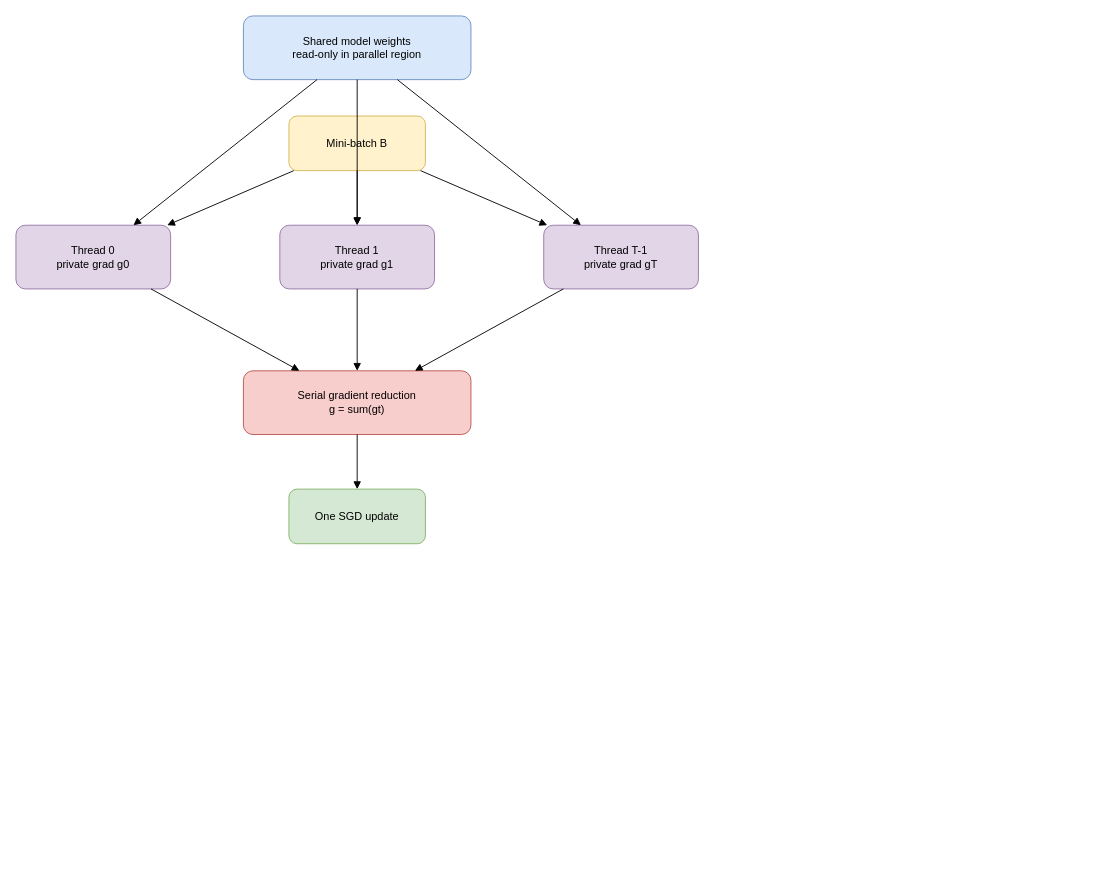
This is page "OpenMP" (3 of 7) of docs/diagrams/hpc_workflows.drawio from munsif-dev/hpc-project, a draw.io file, before an edit. Source tidied: cells renumbered, new cells numbered last; positions are measured from the earlier drawing's top-left corner, leaving out a move shared by most shapes. Both pictures are drawn from the tidied source at 91%, with x=0, y=0 at pixel (15, 15).
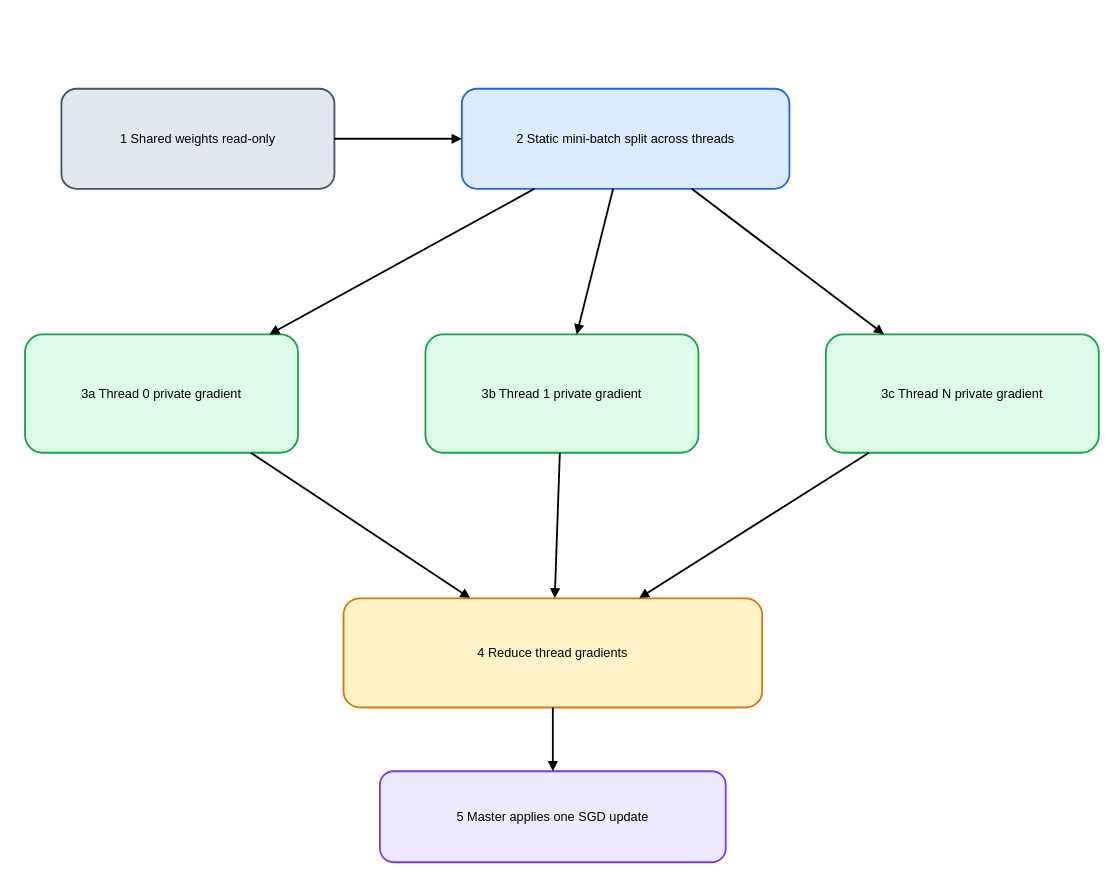
The same page after the edit.

Change to the diagram source:
```diff
@@
 <mxGraphModel>
   <root>
     <mxCell id="0" />
     <mxCell id="1" parent="0" />
-    <mxCell id="2" value="Shared model weights&lt;br&gt;read-only in parallel region" style="rounded=1;whiteSpace=wrap;html=1;fillColor=#dae8fc;strokeColor=#6c8ebf;" parent="1" vertex="1">
-      <mxGeometry x="250" width="250" height="70" as="geometry" />
-    </mxCell>
-    <mxCell id="3" value="Mini-batch B" style="rounded=1;whiteSpace=wrap;html=1;fillColor=#fff2cc;strokeColor=#d6b656;" parent="1" vertex="1">
-      <mxGeometry x="300" y="110" width="150" height="60" as="geometry" />
-    </mxCell>
-    <mxCell id="4" value="Thread 0&lt;br&gt;private grad g0" style="rounded=1;whiteSpace=wrap;html=1;fillColor=#e1d5e7;strokeColor=#9673a6;" parent="1" vertex="1">
-      <mxGeometry y="230" width="170" height="70" as="geometry" />
-    </mxCell>
-    <mxCell id="5" value="Thread 1&lt;br&gt;private grad g1" style="rounded=1;whiteSpace=wrap;html=1;fillColor=#e1d5e7;strokeColor=#9673a6;" parent="1" vertex="1">
-      <mxGeometry x="290" y="230" width="170" height="70" as="geometry" />
-    </mxCell>
-    <mxCell id="6" value="Thread T-1&lt;br&gt;private grad gT" style="rounded=1;whiteSpace=wrap;html=1;fillColor=#e1d5e7;strokeColor=#9673a6;" parent="1" vertex="1">
-      <mxGeometry x="580" y="230" width="170" height="70" as="geometry" />
-    </mxCell>
-    <mxCell id="7" value="Serial gradient reduction&lt;br&gt;g = sum(gt)" style="rounded=1;whiteSpace=wrap;html=1;fillColor=#f8cecc;strokeColor=#b85450;" parent="1" vertex="1">
-      <mxGeometry x="250" y="390" width="250" height="70" as="geometry" />
-    </mxCell>
-    <mxCell id="8" value="One SGD update" style="rounded=1;whiteSpace=wrap;html=1;fillColor=#d5e8d4;strokeColor=#82b366;" parent="1" vertex="1">
-      <mxGeometry x="300" y="520" width="150" height="60" as="geometry" />
-    </mxCell>
-    <mxCell id="9" style="endArrow=block;html=1;rounded=0;" parent="1" edge="1" source="2" target="4">
-      <mxGeometry relative="1" as="geometry" />
-    </mxCell>
-    <mxCell id="10" style="endArrow=block;html=1;rounded=0;" parent="1" edge="1" source="2" target="5">
-      <mxGeometry relative="1" as="geometry" />
-    </mxCell>
-    <mxCell id="11" style="endArrow=block;html=1;rounded=0;" parent="1" edge="1" source="2" target="6">
-      <mxGeometry relative="1" as="geometry" />
-    </mxCell>
-    <mxCell id="12" style="endArrow=block;html=1;rounded=0;" parent="1" edge="1" source="3" target="4">
-      <mxGeometry relative="1" as="geometry" />
-    </mxCell>
-    <mxCell id="13" style="endArrow=block;html=1;rounded=0;" parent="1" edge="1" source="3" target="5">
-      <mxGeometry relative="1" as="geometry" />
-    </mxCell>
-    <mxCell id="14" style="endArrow=block;html=1;rounded=0;" parent="1" edge="1" source="3" target="6">
-      <mxGeometry relative="1" as="geometry" />
-    </mxCell>
-    <mxCell id="15" style="endArrow=block;html=1;rounded=0;" parent="1" edge="1" source="4" target="7">
-      <mxGeometry relative="1" as="geometry" />
-    </mxCell>
-    <mxCell id="16" style="endArrow=block;html=1;rounded=0;" parent="1" edge="1" source="5" target="7">
-      <mxGeometry relative="1" as="geometry" />
-    </mxCell>
-    <mxCell id="17" style="endArrow=block;html=1;rounded=0;" parent="1" edge="1" source="6" target="7">
-      <mxGeometry relative="1" as="geometry" />
-    </mxCell>
-    <mxCell id="18" style="endArrow=block;html=1;rounded=0;" parent="1" edge="1" source="7" target="8">
-      <mxGeometry relative="1" as="geometry" />
-    </mxCell>
+    <mxCell id="19" value="1 Shared weights read-only" style="rounded=1;whiteSpace=wrap;html=1;fontSize=14;strokeWidth=2;fillColor=#e2e8f0;strokeColor=#475569;" parent="1" vertex="1">
+      <mxGeometry x="50" y="80" width="300" height="110" as="geometry" />
+    </mxCell>
+    <mxCell id="20" value="2 Static mini-batch split across threads" style="rounded=1;whiteSpace=wrap;html=1;fontSize=14;strokeWidth=2;fillColor=#dbeafe;strokeColor=#2563eb;" parent="1" vertex="1">
+      <mxGeometry x="490" y="80" width="360" height="110" as="geometry" />
+    </mxCell>
+    <mxCell id="21" style="endArrow=block;html=1;rounded=0;fontSize=14;strokeWidth=2;" parent="1" edge="1" source="19" target="20">
+      <mxGeometry relative="1" as="geometry" />
+    </mxCell>
+    <mxCell id="22" value="3a Thread 0 private gradient" style="rounded=1;whiteSpace=wrap;html=1;fontSize=14;strokeWidth=2;fillColor=#dcfce7;strokeColor=#16a34a;" parent="1" vertex="1">
+      <mxGeometry x="10" y="350" width="300" height="130" as="geometry" />
+    </mxCell>
+    <mxCell id="23" style="endArrow=block;html=1;rounded=0;fontSize=14;strokeWidth=2;" parent="1" edge="1" source="20" target="22">
+      <mxGeometry relative="1" as="geometry" />
+    </mxCell>
+    <mxCell id="24" style="endArrow=block;html=1;rounded=0;fontSize=14;strokeWidth=2;" parent="1" edge="1" source="22" target="31">
+      <mxGeometry relative="1" as="geometry" />
+    </mxCell>
+    <mxCell id="25" value="3b Thread 1 private gradient" style="rounded=1;whiteSpace=wrap;html=1;fontSize=14;strokeWidth=2;fillColor=#dcfce7;strokeColor=#16a34a;" parent="1" vertex="1">
+      <mxGeometry x="450" y="350" width="300" height="130" as="geometry" />
+    </mxCell>
+    <mxCell id="26" style="endArrow=block;html=1;rounded=0;fontSize=14;strokeWidth=2;" parent="1" edge="1" source="20" target="25">
+      <mxGeometry relative="1" as="geometry" />
+    </mxCell>
+    <mxCell id="27" style="endArrow=block;html=1;rounded=0;fontSize=14;strokeWidth=2;" parent="1" edge="1" source="25" target="31">
+      <mxGeometry relative="1" as="geometry" />
+    </mxCell>
+    <mxCell id="28" value="3c Thread N private gradient" style="rounded=1;whiteSpace=wrap;html=1;fontSize=14;strokeWidth=2;fillColor=#dcfce7;strokeColor=#16a34a;" parent="1" vertex="1">
+      <mxGeometry x="890" y="350" width="300" height="130" as="geometry" />
+    </mxCell>
+    <mxCell id="29" style="endArrow=block;html=1;rounded=0;fontSize=14;strokeWidth=2;" parent="1" edge="1" source="20" target="28">
+      <mxGeometry relative="1" as="geometry" />
+    </mxCell>
+    <mxCell id="30" style="endArrow=block;html=1;rounded=0;fontSize=14;strokeWidth=2;" parent="1" edge="1" source="28" target="31">
+      <mxGeometry relative="1" as="geometry" />
+    </mxCell>
+    <mxCell id="31" value="4 Reduce thread gradients" style="rounded=1;whiteSpace=wrap;html=1;fontSize=14;strokeWidth=2;fillColor=#fef3c7;strokeColor=#d97706;" parent="1" vertex="1">
+      <mxGeometry x="360" y="640" width="460" height="120" as="geometry" />
+    </mxCell>
+    <mxCell id="32" value="5 Master applies one SGD update" style="rounded=1;whiteSpace=wrap;html=1;fontSize=14;strokeWidth=2;fillColor=#ede9fe;strokeColor=#7c3aed;" parent="1" vertex="1">
+      <mxGeometry x="400" y="830" width="380" height="100" as="geometry" />
+    </mxCell>
+    <mxCell id="33" style="endArrow=block;html=1;rounded=0;fontSize=14;strokeWidth=2;" parent="1" edge="1" source="31" target="32">
+      <mxGeometry relative="1" as="geometry" />
+    </mxCell>
   </root>
 </mxGraphModel>
```
